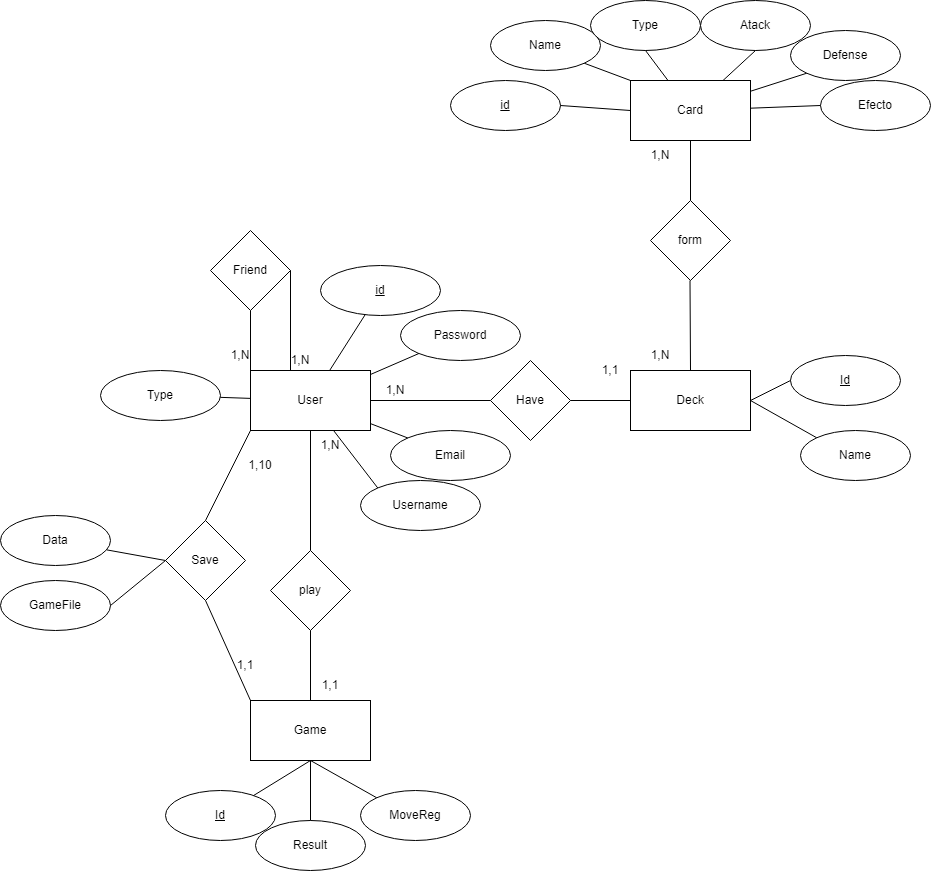
The draw.io diagram Documentacion/TFGDatabase.drawio.png in HumanoHDR/TFGCardGame, before a commit. Source tidied: cells renumbered, new cells last; positions are measured from the earlier drawing's top-left corner, leaving out a move shared by most shapes. Source of this version:
```xml
<mxGraphModel>
  <root>
    <mxCell id="0" />
    <mxCell id="1" parent="0" />
    <mxCell id="2" value="Card" style="rounded=0;whiteSpace=wrap;html=1;" parent="1" vertex="1">
      <mxGeometry x="630" y="80" width="120" height="60" as="geometry" />
    </mxCell>
    <mxCell id="3" value="User" style="rounded=0;whiteSpace=wrap;html=1;" parent="1" vertex="1">
      <mxGeometry x="250" y="370" width="120" height="60" as="geometry" />
    </mxCell>
    <mxCell id="4" value="Deck" style="rounded=0;whiteSpace=wrap;html=1;" parent="1" vertex="1">
      <mxGeometry x="630" y="370" width="120" height="60" as="geometry" />
    </mxCell>
    <mxCell id="5" value="Game" style="rounded=0;whiteSpace=wrap;html=1;" parent="1" vertex="1">
      <mxGeometry x="250" y="700" width="120" height="60" as="geometry" />
    </mxCell>
    <mxCell id="6" value="form" style="rhombus;whiteSpace=wrap;html=1;" parent="1" vertex="1">
      <mxGeometry x="650" y="200" width="80" height="80" as="geometry" />
    </mxCell>
    <mxCell id="7" style="endArrow=none;html=1;rounded=0;exitX=0.5;exitY=0;exitDx=0;exitDy=0;" parent="1" edge="1" source="6">
      <mxGeometry relative="1" as="geometry">
        <mxPoint x="690" y="140" as="targetPoint" />
      </mxGeometry>
    </mxCell>
    <mxCell id="8" style="endArrow=none;html=1;rounded=0;entryX=0.5;entryY=0;entryDx=0;entryDy=0;" parent="1" edge="1" target="4">
      <mxGeometry relative="1" as="geometry">
        <mxPoint x="689.5" y="280" as="sourcePoint" />
      </mxGeometry>
    </mxCell>
    <mxCell id="9" value="Have" style="rhombus;whiteSpace=wrap;html=1;" parent="1" vertex="1">
      <mxGeometry x="490" y="360" width="80" height="80" as="geometry" />
    </mxCell>
    <mxCell id="10" style="endArrow=none;html=1;rounded=0;exitX=1;exitY=0.5;exitDx=0;exitDy=0;entryX=0;entryY=0.5;entryDx=0;entryDy=0;" parent="1" edge="1" source="9" target="4">
      <mxGeometry relative="1" as="geometry" />
    </mxCell>
    <mxCell id="11" style="endArrow=none;html=1;rounded=0;entryX=1;entryY=0.5;entryDx=0;entryDy=0;" parent="1" edge="1" source="9" target="3">
      <mxGeometry relative="1" as="geometry" />
    </mxCell>
    <mxCell id="12" value="play" style="rhombus;whiteSpace=wrap;html=1;" parent="1" vertex="1">
      <mxGeometry x="270" y="550" width="80" height="80" as="geometry" />
    </mxCell>
    <mxCell id="13" style="endArrow=none;html=1;rounded=0;exitX=0.5;exitY=0;exitDx=0;exitDy=0;entryX=0.5;entryY=1;entryDx=0;entryDy=0;" parent="1" edge="1" source="12" target="3">
      <mxGeometry relative="1" as="geometry">
        <Array as="points">
          <mxPoint x="310" y="550" />
        </Array>
      </mxGeometry>
    </mxCell>
    <mxCell id="14" style="endArrow=none;html=1;rounded=0;entryX=0.5;entryY=1;entryDx=0;entryDy=0;exitX=0.5;exitY=0;exitDx=0;exitDy=0;" parent="1" edge="1" source="5" target="12">
      <mxGeometry relative="1" as="geometry" />
    </mxCell>
    <mxCell id="15" value="Save" style="rhombus;whiteSpace=wrap;html=1;" parent="1" vertex="1">
      <mxGeometry x="165" y="520" width="80" height="80" as="geometry" />
    </mxCell>
    <mxCell id="16" style="endArrow=none;html=1;rounded=0;entryX=0;entryY=1;entryDx=0;entryDy=0;exitX=0.5;exitY=0;exitDx=0;exitDy=0;" parent="1" edge="1" source="15" target="3">
      <mxGeometry relative="1" as="geometry" />
    </mxCell>
    <mxCell id="17" style="endArrow=none;html=1;rounded=0;entryX=0;entryY=0;entryDx=0;entryDy=0;exitX=0.5;exitY=1;exitDx=0;exitDy=0;" parent="1" edge="1" source="15" target="5">
      <mxGeometry relative="1" as="geometry" />
    </mxCell>
    <mxCell id="18" value="1,N" style="text;html=1;align=center;verticalAlign=middle;whiteSpace=wrap;rounded=0;" parent="1" vertex="1">
      <mxGeometry x="630" y="140" width="60" height="30" as="geometry" />
    </mxCell>
    <mxCell id="19" value="1,1" style="text;html=1;align=center;verticalAlign=middle;whiteSpace=wrap;rounded=0;" parent="1" vertex="1">
      <mxGeometry x="580" y="355" width="60" height="30" as="geometry" />
    </mxCell>
    <mxCell id="20" value="1,N" style="text;html=1;align=center;verticalAlign=middle;whiteSpace=wrap;rounded=0;" parent="1" vertex="1">
      <mxGeometry x="630" y="340" width="60" height="30" as="geometry" />
    </mxCell>
    <mxCell id="21" value="1,N" style="text;html=1;align=center;verticalAlign=middle;whiteSpace=wrap;rounded=0;" parent="1" vertex="1">
      <mxGeometry x="365" y="375" width="60" height="30" as="geometry" />
    </mxCell>
    <mxCell id="22" value="1,N" style="text;html=1;align=center;verticalAlign=middle;whiteSpace=wrap;rounded=0;" parent="1" vertex="1">
      <mxGeometry x="300" y="430" width="60" height="30" as="geometry" />
    </mxCell>
    <mxCell id="23" value="1,1" style="text;html=1;align=center;verticalAlign=middle;whiteSpace=wrap;rounded=0;" parent="1" vertex="1">
      <mxGeometry x="300" y="670" width="60" height="30" as="geometry" />
    </mxCell>
    <mxCell id="24" value="1,10" style="text;html=1;align=center;verticalAlign=middle;whiteSpace=wrap;rounded=0;" parent="1" vertex="1">
      <mxGeometry x="230" y="450" width="60" height="30" as="geometry" />
    </mxCell>
    <mxCell id="25" value="1,1" style="text;html=1;align=center;verticalAlign=middle;whiteSpace=wrap;rounded=0;" parent="1" vertex="1">
      <mxGeometry x="215" y="650" width="60" height="30" as="geometry" />
    </mxCell>
    <mxCell id="26" value="Friend" style="rhombus;whiteSpace=wrap;html=1;" parent="1" vertex="1">
      <mxGeometry x="210" y="230" width="80" height="80" as="geometry" />
    </mxCell>
    <mxCell id="27" style="endArrow=none;html=1;rounded=0;entryX=1;entryY=0;entryDx=0;entryDy=0;exitX=1;exitY=0.5;exitDx=0;exitDy=0;" parent="1" edge="1" source="26" target="3">
      <mxGeometry relative="1" as="geometry">
        <Array as="points">
          <mxPoint x="290" y="370" />
        </Array>
      </mxGeometry>
    </mxCell>
    <mxCell id="28" value="1,N" style="text;html=1;align=center;verticalAlign=middle;whiteSpace=wrap;rounded=0;" parent="1" vertex="1">
      <mxGeometry x="270" y="345" width="60" height="30" as="geometry" />
    </mxCell>
    <mxCell id="29" value="GameFile" style="ellipse;whiteSpace=wrap;html=1;" parent="1" vertex="1">
      <mxGeometry y="580" width="110" height="50" as="geometry" />
    </mxCell>
    <mxCell id="30" style="endArrow=none;html=1;rounded=0;entryX=0;entryY=0.5;entryDx=0;entryDy=0;exitX=1;exitY=0.5;exitDx=0;exitDy=0;" parent="1" edge="1" source="29" target="15">
      <mxGeometry relative="1" as="geometry" />
    </mxCell>
    <mxCell id="31" value="&lt;u&gt;Id&lt;/u&gt;" style="ellipse;whiteSpace=wrap;html=1;" parent="1" vertex="1">
      <mxGeometry x="165" y="790" width="110" height="50" as="geometry" />
    </mxCell>
    <mxCell id="32" value="Result" style="ellipse;whiteSpace=wrap;html=1;" parent="1" vertex="1">
      <mxGeometry x="255" y="820" width="110" height="50" as="geometry" />
    </mxCell>
    <mxCell id="33" style="endArrow=none;html=1;rounded=0;entryX=0.5;entryY=1;entryDx=0;entryDy=0;exitX=0;exitY=0;exitDx=0;exitDy=0;" parent="1" edge="1" source="3" target="26">
      <mxGeometry relative="1" as="geometry" />
    </mxCell>
    <mxCell id="34" value="1,N" style="text;html=1;align=center;verticalAlign=middle;whiteSpace=wrap;rounded=0;" parent="1" vertex="1">
      <mxGeometry x="210" y="340" width="60" height="30" as="geometry" />
    </mxCell>
    <mxCell id="35" value="MoveReg" style="ellipse;whiteSpace=wrap;html=1;" parent="1" vertex="1">
      <mxGeometry x="360" y="790" width="110" height="50" as="geometry" />
    </mxCell>
    <mxCell id="36" style="endArrow=none;html=1;rounded=0;exitX=0.5;exitY=1;exitDx=0;exitDy=0;entryX=0;entryY=0;entryDx=0;entryDy=0;" parent="1" edge="1" source="5" target="35">
      <mxGeometry relative="1" as="geometry" />
    </mxCell>
    <mxCell id="37" style="endArrow=none;html=1;rounded=0;exitX=0.5;exitY=1;exitDx=0;exitDy=0;entryX=0.5;entryY=0;entryDx=0;entryDy=0;" parent="1" edge="1" source="5" target="32">
      <mxGeometry relative="1" as="geometry" />
    </mxCell>
    <mxCell id="38" style="endArrow=none;html=1;rounded=0;exitX=0.5;exitY=1;exitDx=0;exitDy=0;" parent="1" edge="1" source="5" target="31">
      <mxGeometry relative="1" as="geometry" />
    </mxCell>
    <mxCell id="39" value="id" style="ellipse;whiteSpace=wrap;html=1;fontStyle=4;" parent="1" vertex="1">
      <mxGeometry x="450" y="80" width="110" height="50" as="geometry" />
    </mxCell>
    <mxCell id="40" value="Name" style="ellipse;whiteSpace=wrap;html=1;fontStyle=0;" parent="1" vertex="1">
      <mxGeometry x="490" y="20" width="110" height="50" as="geometry" />
    </mxCell>
    <mxCell id="41" value="Type" style="ellipse;whiteSpace=wrap;html=1;fontStyle=0;" parent="1" vertex="1">
      <mxGeometry x="590" width="110" height="50" as="geometry" />
    </mxCell>
    <mxCell id="42" value="Atack" style="ellipse;whiteSpace=wrap;html=1;fontStyle=0;" parent="1" vertex="1">
      <mxGeometry x="700" width="110" height="50" as="geometry" />
    </mxCell>
    <mxCell id="43" value="Defense" style="ellipse;whiteSpace=wrap;html=1;fontStyle=0;" parent="1" vertex="1">
      <mxGeometry x="790" y="30" width="110" height="50" as="geometry" />
    </mxCell>
    <mxCell id="44" value="Efecto" style="ellipse;whiteSpace=wrap;html=1;fontStyle=0;" parent="1" vertex="1">
      <mxGeometry x="820" y="80" width="110" height="50" as="geometry" />
    </mxCell>
    <mxCell id="45" style="endArrow=none;html=1;rounded=0;entryX=1;entryY=0.5;entryDx=0;entryDy=0;exitX=0;exitY=0.5;exitDx=0;exitDy=0;" parent="1" edge="1" source="2" target="39">
      <mxGeometry relative="1" as="geometry" />
    </mxCell>
    <mxCell id="46" style="endArrow=none;html=1;rounded=0;entryX=1;entryY=1;entryDx=0;entryDy=0;exitX=0;exitY=0;exitDx=0;exitDy=0;" parent="1" edge="1" source="2" target="40">
      <mxGeometry relative="1" as="geometry" />
    </mxCell>
    <mxCell id="47" style="endArrow=none;html=1;rounded=0;entryX=0.5;entryY=1;entryDx=0;entryDy=0;" parent="1" edge="1" source="2" target="41">
      <mxGeometry relative="1" as="geometry" />
    </mxCell>
    <mxCell id="48" style="endArrow=none;html=1;rounded=0;entryX=0.5;entryY=1;entryDx=0;entryDy=0;" parent="1" edge="1" source="2" target="42">
      <mxGeometry relative="1" as="geometry" />
    </mxCell>
    <mxCell id="49" style="endArrow=none;html=1;rounded=0;entryX=0;entryY=1;entryDx=0;entryDy=0;" parent="1" edge="1" source="2" target="43">
      <mxGeometry relative="1" as="geometry" />
    </mxCell>
    <mxCell id="50" style="endArrow=none;html=1;rounded=0;entryX=0;entryY=0.5;entryDx=0;entryDy=0;" parent="1" edge="1" source="2" target="44">
      <mxGeometry relative="1" as="geometry" />
    </mxCell>
    <mxCell id="51" value="Id" style="ellipse;whiteSpace=wrap;html=1;fontStyle=4;" parent="1" vertex="1">
      <mxGeometry x="790" y="355" width="110" height="50" as="geometry" />
    </mxCell>
    <mxCell id="52" value="Name" style="ellipse;whiteSpace=wrap;html=1;fontStyle=0;" parent="1" vertex="1">
      <mxGeometry x="800" y="430" width="110" height="50" as="geometry" />
    </mxCell>
    <mxCell id="53" style="endArrow=none;html=1;rounded=0;entryX=0;entryY=0.5;entryDx=0;entryDy=0;exitX=1;exitY=0.5;exitDx=0;exitDy=0;" parent="1" edge="1" source="4" target="51">
      <mxGeometry relative="1" as="geometry" />
    </mxCell>
    <mxCell id="54" style="endArrow=none;html=1;rounded=0;entryX=0;entryY=0;entryDx=0;entryDy=0;exitX=1;exitY=0.5;exitDx=0;exitDy=0;" parent="1" edge="1" source="4" target="52">
      <mxGeometry relative="1" as="geometry" />
    </mxCell>
    <mxCell id="55" value="id" style="ellipse;whiteSpace=wrap;html=1;fontStyle=4;" parent="1" vertex="1">
      <mxGeometry x="320" y="265" width="120" height="50" as="geometry" />
    </mxCell>
    <mxCell id="56" value="Password" style="ellipse;whiteSpace=wrap;html=1;" parent="1" vertex="1">
      <mxGeometry x="400" y="310" width="120" height="50" as="geometry" />
    </mxCell>
    <mxCell id="57" value="Email" style="ellipse;whiteSpace=wrap;html=1;" parent="1" vertex="1">
      <mxGeometry x="390" y="430" width="120" height="50" as="geometry" />
    </mxCell>
    <mxCell id="58" value="Username" style="ellipse;whiteSpace=wrap;html=1;" parent="1" vertex="1">
      <mxGeometry x="360" y="480" width="120" height="50" as="geometry" />
    </mxCell>
    <mxCell id="59" value="Type" style="ellipse;whiteSpace=wrap;html=1;" parent="1" vertex="1">
      <mxGeometry x="100" y="370" width="120" height="50" as="geometry" />
    </mxCell>
    <mxCell id="60" style="endArrow=none;html=1;rounded=0;" parent="1" edge="1" source="3" target="55">
      <mxGeometry relative="1" as="geometry" />
    </mxCell>
    <mxCell id="61" style="endArrow=none;html=1;rounded=0;" parent="1" edge="1" source="3" target="56">
      <mxGeometry relative="1" as="geometry" />
    </mxCell>
    <mxCell id="62" style="endArrow=none;html=1;rounded=0;" parent="1" edge="1" source="3" target="57">
      <mxGeometry relative="1" as="geometry" />
    </mxCell>
    <mxCell id="63" style="endArrow=none;html=1;rounded=0;entryX=0;entryY=0;entryDx=0;entryDy=0;" parent="1" edge="1" source="3" target="58">
      <mxGeometry relative="1" as="geometry" />
    </mxCell>
    <mxCell id="64" style="endArrow=none;html=1;rounded=0;" parent="1" edge="1" source="3" target="59">
      <mxGeometry relative="1" as="geometry" />
    </mxCell>
    <mxCell id="65" value="Data" style="ellipse;whiteSpace=wrap;html=1;" parent="1" vertex="1">
      <mxGeometry y="515" width="110" height="50" as="geometry" />
    </mxCell>
    <mxCell id="66" style="endArrow=none;html=1;rounded=0;entryX=0;entryY=0.5;entryDx=0;entryDy=0;" parent="1" edge="1" source="65" target="15">
      <mxGeometry relative="1" as="geometry" />
    </mxCell>
  </root>
</mxGraphModel>
```
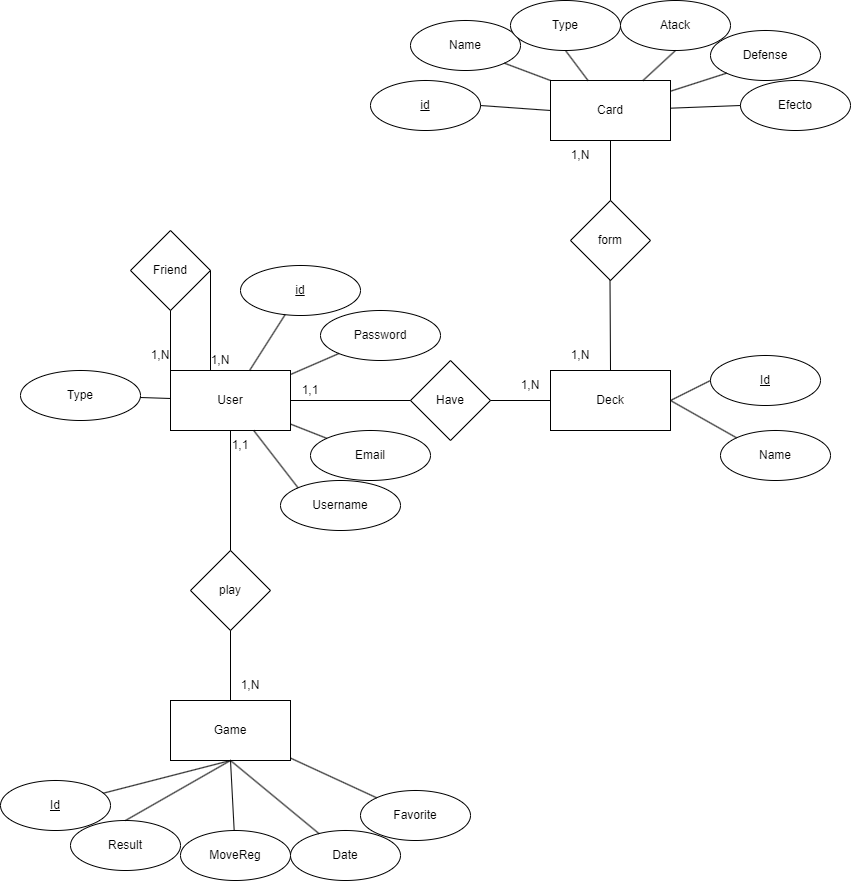
The same diagram one commit later.

Commit message:
Base de datos re hecha

Diff of the diagram source:
```diff
@@ -49,39 +49,24 @@
     <mxCell id="14" style="endArrow=none;html=1;rounded=0;entryX=0.5;entryY=1;entryDx=0;entryDy=0;exitX=0.5;exitY=0;exitDx=0;exitDy=0;" parent="1" edge="1" source="5" target="12">
       <mxGeometry relative="1" as="geometry" />
     </mxCell>
-    <mxCell id="15" value="Save" style="rhombus;whiteSpace=wrap;html=1;" parent="1" vertex="1">
-      <mxGeometry x="165" y="520" width="80" height="80" as="geometry" />
-    </mxCell>
-    <mxCell id="16" style="endArrow=none;html=1;rounded=0;entryX=0;entryY=1;entryDx=0;entryDy=0;exitX=0.5;exitY=0;exitDx=0;exitDy=0;" parent="1" edge="1" source="15" target="3">
-      <mxGeometry relative="1" as="geometry" />
-    </mxCell>
-    <mxCell id="17" style="endArrow=none;html=1;rounded=0;entryX=0;entryY=0;entryDx=0;entryDy=0;exitX=0.5;exitY=1;exitDx=0;exitDy=0;" parent="1" edge="1" source="15" target="5">
-      <mxGeometry relative="1" as="geometry" />
-    </mxCell>
     <mxCell id="18" value="1,N" style="text;html=1;align=center;verticalAlign=middle;whiteSpace=wrap;rounded=0;" parent="1" vertex="1">
       <mxGeometry x="630" y="140" width="60" height="30" as="geometry" />
     </mxCell>
     <mxCell id="19" value="1,1" style="text;html=1;align=center;verticalAlign=middle;whiteSpace=wrap;rounded=0;" parent="1" vertex="1">
-      <mxGeometry x="580" y="355" width="60" height="30" as="geometry" />
+      <mxGeometry x="360" y="375" width="60" height="30" as="geometry" />
     </mxCell>
     <mxCell id="20" value="1,N" style="text;html=1;align=center;verticalAlign=middle;whiteSpace=wrap;rounded=0;" parent="1" vertex="1">
       <mxGeometry x="630" y="340" width="60" height="30" as="geometry" />
     </mxCell>
     <mxCell id="21" value="1,N" style="text;html=1;align=center;verticalAlign=middle;whiteSpace=wrap;rounded=0;" parent="1" vertex="1">
-      <mxGeometry x="365" y="375" width="60" height="30" as="geometry" />
+      <mxGeometry x="580" y="370" width="60" height="30" as="geometry" />
     </mxCell>
     <mxCell id="22" value="1,N" style="text;html=1;align=center;verticalAlign=middle;whiteSpace=wrap;rounded=0;" parent="1" vertex="1">
-      <mxGeometry x="300" y="430" width="60" height="30" as="geometry" />
+      <mxGeometry x="300" y="670" width="60" height="30" as="geometry" />
     </mxCell>
     <mxCell id="23" value="1,1" style="text;html=1;align=center;verticalAlign=middle;whiteSpace=wrap;rounded=0;" parent="1" vertex="1">
-      <mxGeometry x="300" y="670" width="60" height="30" as="geometry" />
+      <mxGeometry x="290" y="430" width="60" height="30" as="geometry" />
     </mxCell>
-    <mxCell id="24" value="1,10" style="text;html=1;align=center;verticalAlign=middle;whiteSpace=wrap;rounded=0;" parent="1" vertex="1">
-      <mxGeometry x="230" y="450" width="60" height="30" as="geometry" />
-    </mxCell>
-    <mxCell id="25" value="1,1" style="text;html=1;align=center;verticalAlign=middle;whiteSpace=wrap;rounded=0;" parent="1" vertex="1">
-      <mxGeometry x="215" y="650" width="60" height="30" as="geometry" />
-    </mxCell>
     <mxCell id="26" value="Friend" style="rhombus;whiteSpace=wrap;html=1;" parent="1" vertex="1">
       <mxGeometry x="210" y="230" width="80" height="80" as="geometry" />
     </mxCell>
@@ -95,17 +80,17 @@
     <mxCell id="28" value="1,N" style="text;html=1;align=center;verticalAlign=middle;whiteSpace=wrap;rounded=0;" parent="1" vertex="1">
       <mxGeometry x="270" y="345" width="60" height="30" as="geometry" />
     </mxCell>
-    <mxCell id="29" value="GameFile" style="ellipse;whiteSpace=wrap;html=1;" parent="1" vertex="1">
-      <mxGeometry y="580" width="110" height="50" as="geometry" />
+    <mxCell id="29" value="Date" style="ellipse;whiteSpace=wrap;html=1;" parent="1" vertex="1">
+      <mxGeometry x="370" y="830" width="110" height="50" as="geometry" />
     </mxCell>
-    <mxCell id="30" style="endArrow=none;html=1;rounded=0;entryX=0;entryY=0.5;entryDx=0;entryDy=0;exitX=1;exitY=0.5;exitDx=0;exitDy=0;" parent="1" edge="1" source="29" target="15">
+    <mxCell id="30" style="endArrow=none;html=1;rounded=0;entryX=0.5;entryY=1;entryDx=0;entryDy=0;" parent="1" edge="1" source="29" target="5">
       <mxGeometry relative="1" as="geometry" />
     </mxCell>
     <mxCell id="31" value="&lt;u&gt;Id&lt;/u&gt;" style="ellipse;whiteSpace=wrap;html=1;" parent="1" vertex="1">
-      <mxGeometry x="165" y="790" width="110" height="50" as="geometry" />
+      <mxGeometry x="80" y="780" width="110" height="50" as="geometry" />
     </mxCell>
     <mxCell id="32" value="Result" style="ellipse;whiteSpace=wrap;html=1;" parent="1" vertex="1">
-      <mxGeometry x="255" y="820" width="110" height="50" as="geometry" />
+      <mxGeometry x="150" y="820" width="110" height="50" as="geometry" />
     </mxCell>
     <mxCell id="33" style="endArrow=none;html=1;rounded=0;entryX=0.5;entryY=1;entryDx=0;entryDy=0;exitX=0;exitY=0;exitDx=0;exitDy=0;" parent="1" edge="1" source="3" target="26">
       <mxGeometry relative="1" as="geometry" />
@@ -114,11 +99,8 @@
       <mxGeometry x="210" y="340" width="60" height="30" as="geometry" />
     </mxCell>
     <mxCell id="35" value="MoveReg" style="ellipse;whiteSpace=wrap;html=1;" parent="1" vertex="1">
-      <mxGeometry x="360" y="790" width="110" height="50" as="geometry" />
+      <mxGeometry x="260" y="830" width="110" height="50" as="geometry" />
     </mxCell>
-    <mxCell id="36" style="endArrow=none;html=1;rounded=0;exitX=0.5;exitY=1;exitDx=0;exitDy=0;entryX=0;entryY=0;entryDx=0;entryDy=0;" parent="1" edge="1" source="5" target="35">
-      <mxGeometry relative="1" as="geometry" />
-    </mxCell>
     <mxCell id="37" style="endArrow=none;html=1;rounded=0;exitX=0.5;exitY=1;exitDx=0;exitDy=0;entryX=0.5;entryY=0;entryDx=0;entryDy=0;" parent="1" edge="1" source="5" target="32">
       <mxGeometry relative="1" as="geometry" />
     </mxCell>
@@ -203,11 +185,14 @@
     <mxCell id="64" style="endArrow=none;html=1;rounded=0;" parent="1" edge="1" source="3" target="59">
       <mxGeometry relative="1" as="geometry" />
     </mxCell>
-    <mxCell id="65" value="Data" style="ellipse;whiteSpace=wrap;html=1;" parent="1" vertex="1">
-      <mxGeometry y="515" width="110" height="50" as="geometry" />
+    <mxCell id="65" value="Favorite" style="ellipse;whiteSpace=wrap;html=1;" parent="1" vertex="1">
+      <mxGeometry x="440" y="790" width="110" height="50" as="geometry" />
     </mxCell>
-    <mxCell id="66" style="endArrow=none;html=1;rounded=0;entryX=0;entryY=0.5;entryDx=0;entryDy=0;" parent="1" edge="1" source="65" target="15">
+    <mxCell id="66" style="endArrow=none;html=1;rounded=0;" parent="1" edge="1" source="65" target="5">
       <mxGeometry relative="1" as="geometry" />
     </mxCell>
+    <mxCell id="67" style="endArrow=none;html=1;rounded=0;entryX=0.5;entryY=1;entryDx=0;entryDy=0;" parent="1" edge="1" source="35" target="5">
+      <mxGeometry relative="1" as="geometry" />
+    </mxCell>
   </root>
 </mxGraphModel>
```
